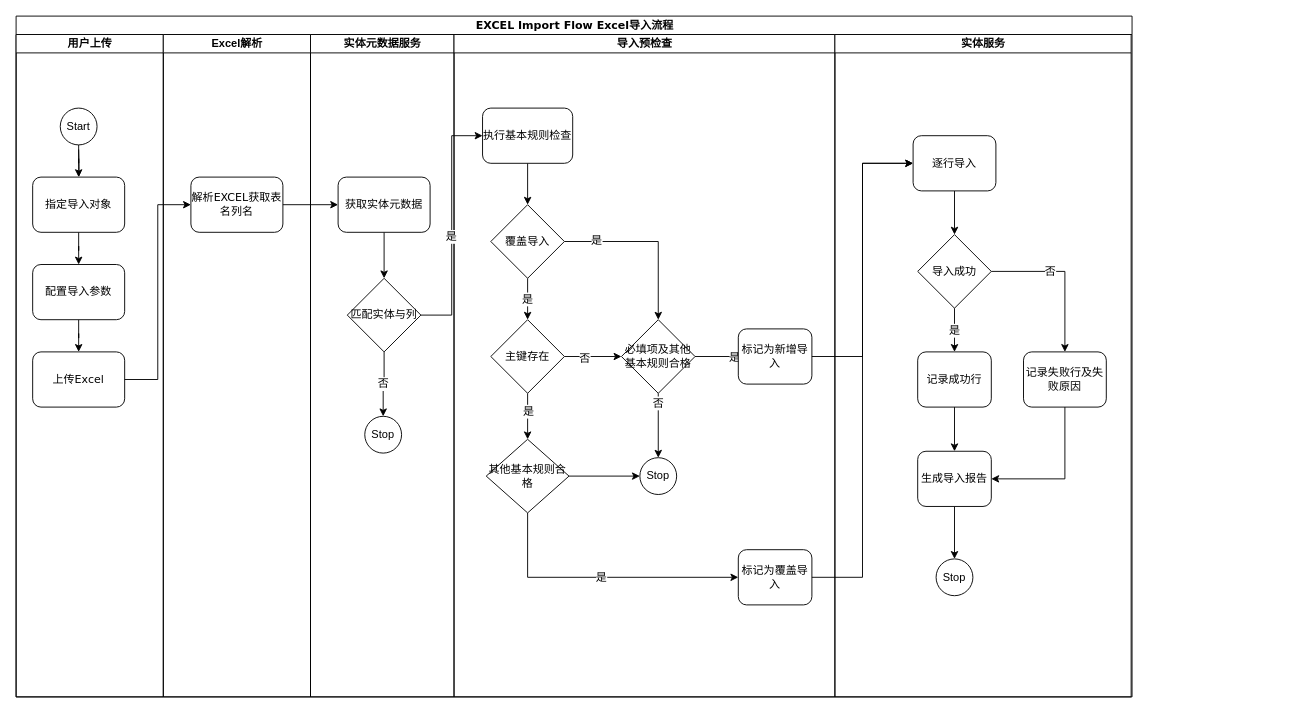
The draw.io diagram Excel-import.drawio in Mellonlee/DRAWIO_PUB, before the edit. Source tidied: cells renumbered, new cells numbered last; positions are measured from the earlier drawing's top-left corner, leaving out a move shared by most shapes. Both pictures are drawn from the tidied source at 92%, with x=0, y=0 at pixel (16, 16).
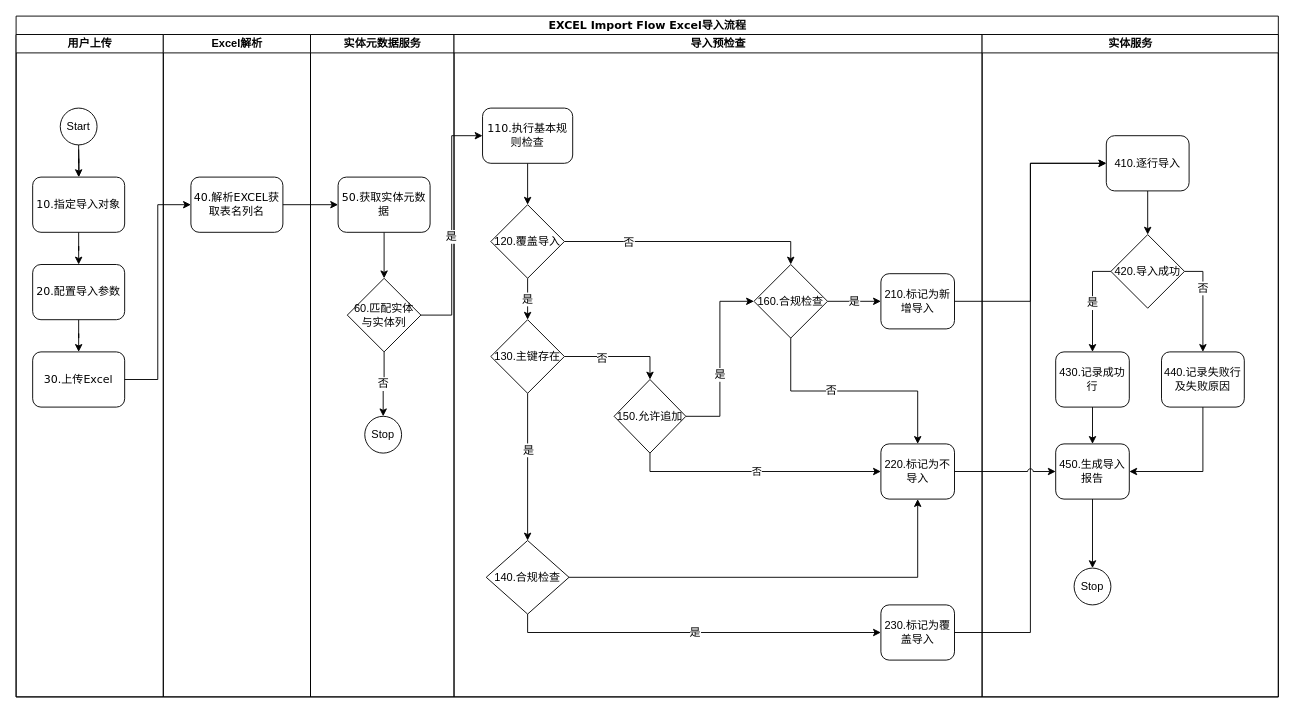
The same diagram, later.

Unchanged cells that the change refers to:
```xml
<mxCell id="9" value="用户上传" style="swimlane;html=1;startSize=20;fontSize=12;" parent="2" vertex="1">
  <mxGeometry y="20" width="160" height="720" as="geometry" />
</mxCell>
<mxCell id="18" value="Excel解析" style="swimlane;html=1;startSize=20;fontSize=12;" parent="2" vertex="1">
  <mxGeometry x="160" y="20" width="160" height="720" as="geometry" />
</mxCell>
<mxCell id="20" value="实体元数据服务" style="swimlane;html=1;startSize=20;direction=east;fontSize=12;" parent="2" vertex="1">
  <mxGeometry x="320" y="20" width="156" height="720" as="geometry" />
</mxCell>
<mxCell id="30" style="edgeStyle=orthogonalEdgeStyle;rounded=0;jettySize=auto;html=1;entryX=0.5;entryY=0;entryDx=0;entryDy=0;fontSize=12;" parent="26" edge="1" source="32" target="46">
  <mxGeometry relative="1" as="geometry" />
</mxCell>
```

Change to the diagram source:
```diff
@@
     <mxCell id="2" value="EXCEL Import Flow Excel导入流程" style="swimlane;html=1;startSize=20;rounded=0;shadow=0;labelBackgroundColor=none;strokeColor=#000000;strokeWidth=1;fillColor=#ffffff;fontFamily=Verdana;fontSize=12;fontColor=#000000;align=center;" parent="1" vertex="1">
-      <mxGeometry width="1213" height="740" as="geometry" />
+      <mxGeometry width="1372" height="740" as="geometry" />
     </mxCell>
@@
-    <mxCell id="11" value="指定导入对象" style="rounded=1;whiteSpace=wrap;html=1;shadow=0;labelBackgroundColor=none;strokeColor=#000000;strokeWidth=1;fillColor=#ffffff;fontFamily=Verdana;fontSize=12;fontColor=#000000;align=center;" parent="9" vertex="1">
+    <mxCell id="11" value="10.指定导入对象" style="rounded=1;whiteSpace=wrap;html=1;shadow=0;labelBackgroundColor=none;strokeColor=#000000;strokeWidth=1;fillColor=#ffffff;fontFamily=Verdana;fontSize=12;fontColor=#000000;align=center;" parent="9" vertex="1">
       <mxGeometry x="18" y="155" width="100" height="60" as="geometry" />
     </mxCell>
@@
-    <mxCell id="16" value="配置导入参数" style="rounded=1;whiteSpace=wrap;html=1;shadow=0;labelBackgroundColor=none;strokeColor=#000000;strokeWidth=1;fillColor=#ffffff;fontFamily=Verdana;fontSize=12;fontColor=#000000;align=center;" parent="9" vertex="1">
+    <mxCell id="16" value="20.配置导入参数" style="rounded=1;whiteSpace=wrap;html=1;shadow=0;labelBackgroundColor=none;strokeWidth=1;fontFamily=Verdana;fontSize=12;align=center;" parent="9" vertex="1">
       <mxGeometry x="18" y="250" width="100" height="60" as="geometry" />
     </mxCell>
-    <mxCell id="17" value="上传Excel" style="rounded=1;whiteSpace=wrap;html=1;shadow=0;labelBackgroundColor=none;strokeColor=#000000;strokeWidth=1;fillColor=#ffffff;fontFamily=Verdana;fontSize=12;fontColor=#000000;align=center;" parent="9" vertex="1">
+    <mxCell id="17" value="30.上传Excel" style="rounded=1;whiteSpace=wrap;html=1;shadow=0;labelBackgroundColor=none;strokeColor=#000000;strokeWidth=1;fillColor=#ffffff;fontFamily=Verdana;fontSize=12;fontColor=#000000;align=center;" parent="9" vertex="1">
       <mxGeometry x="18" y="345" width="100" height="60" as="geometry" />
     </mxCell>
@@
-    <mxCell id="19" value="解析EXCEL获取表名列名" style="rounded=1;whiteSpace=wrap;html=1;shadow=0;labelBackgroundColor=none;strokeColor=#000000;strokeWidth=1;fillColor=#ffffff;fontFamily=Verdana;fontSize=12;fontColor=#000000;align=center;" parent="18" vertex="1">
+    <mxCell id="19" value="40.解析EXCEL获取表名列名" style="rounded=1;whiteSpace=wrap;html=1;shadow=0;labelBackgroundColor=none;strokeColor=#000000;strokeWidth=1;fillColor=#ffffff;fontFamily=Verdana;fontSize=12;fontColor=#000000;align=center;" parent="18" vertex="1">
       <mxGeometry x="30" y="155" width="100" height="60" as="geometry" />
     </mxCell>
@@
-    <mxCell id="22" value="获取实体元数据" style="rounded=1;whiteSpace=wrap;html=1;shadow=0;labelBackgroundColor=none;strokeColor=#000000;strokeWidth=1;fillColor=#ffffff;fontFamily=Verdana;fontSize=12;fontColor=#000000;align=center;" parent="20" vertex="1">
+    <mxCell id="22" value="50.获取实体元数据" style="rounded=1;whiteSpace=wrap;html=1;shadow=0;labelBackgroundColor=none;strokeColor=#000000;strokeWidth=1;fillColor=#ffffff;fontFamily=Verdana;fontSize=12;fontColor=#000000;align=center;" parent="20" vertex="1">
       <mxGeometry x="30" y="155" width="100" height="60" as="geometry" />
     </mxCell>
@@
-    <mxCell id="24" value="匹配实体与列" style="rhombus;whiteSpace=wrap;html=1;fontSize=12;" parent="20" vertex="1">
+    <mxCell id="24" value="60.匹配实体&lt;br&gt;与实体列" style="rhombus;whiteSpace=wrap;html=1;fontSize=12;" parent="20" vertex="1">
       <mxGeometry x="40" y="265" width="80" height="80" as="geometry" />
     </mxCell>
@@
     <mxCell id="26" value="导入预检查" style="swimlane;html=1;startSize=20;fontSize=12;" parent="2" vertex="1">
-      <mxGeometry x="476" y="20" width="414" height="720" as="geometry" />
+      <mxGeometry x="476" y="20" width="574" height="720" as="geometry" />
     </mxCell>
@@
-    <mxCell id="28" value="执行基本规则检查" style="rounded=1;whiteSpace=wrap;html=1;shadow=0;labelBackgroundColor=none;strokeColor=#000000;strokeWidth=1;fillColor=#ffffff;fontFamily=Verdana;fontSize=12;fontColor=#000000;align=center;" parent="26" vertex="1">
+    <mxCell id="28" value="110.执行基本规则检查" style="rounded=1;whiteSpace=wrap;html=1;shadow=0;labelBackgroundColor=none;strokeColor=#000000;strokeWidth=1;fillColor=#ffffff;fontFamily=Verdana;fontSize=12;fontColor=#000000;align=center;" parent="26" vertex="1">
       <mxGeometry x="31" y="80" width="98" height="60" as="geometry" />
     </mxCell>
@@
-    <mxCell id="31" value="是" style="text;html=1;align=center;verticalAlign=middle;labelBackgroundColor=#ffffff;fontSize=12;" parent="30" vertex="1">
-      <mxGeometry x="-0.64" y="2" relative="1" as="geometry" />
+    <mxCell id="31" value="否" style="text;html=1;align=center;verticalAlign=middle;labelBackgroundColor=#ffffff;fontSize=12;" parent="30" vertex="1">
+      <mxGeometry x="-0.64" y="2" relative="1" as="geometry">
+        <mxPoint x="20" y="2" as="offset" />
+      </mxGeometry>
     </mxCell>
-    <mxCell id="32" value="覆盖导入" style="rhombus;whiteSpace=wrap;html=1;fontSize=12;" parent="26" vertex="1">
+    <mxCell id="32" value="120.覆盖导入" style="rhombus;whiteSpace=wrap;html=1;fontSize=12;" parent="26" vertex="1">
       <mxGeometry x="40" y="185" width="80" height="80" as="geometry" />
     </mxCell>
-    <mxCell id="33" style="edgeStyle=orthogonalEdgeStyle;rounded=0;jettySize=auto;html=1;entryX=0;entryY=0.5;entryDx=0;entryDy=0;fontSize=12;" parent="26" edge="1" source="37" target="46">
+    <mxCell id="33" style="edgeStyle=orthogonalEdgeStyle;rounded=0;jettySize=auto;html=1;entryX=0.5;entryY=0;entryDx=0;entryDy=0;fontSize=12;" parent="26" edge="1" source="37" target="77">
       <mxGeometry relative="1" as="geometry" />
     </mxCell>
@@
-    <mxCell id="37" value="主键存在" style="rhombus;whiteSpace=wrap;html=1;fontSize=12;" parent="26" vertex="1">
+    <mxCell id="37" value="130.主键存在" style="rhombus;whiteSpace=wrap;html=1;fontSize=12;" parent="26" vertex="1">
       <mxGeometry x="40" y="310" width="80" height="80" as="geometry" />
     </mxCell>
@@
-    <mxCell id="39" style="edgeStyle=orthogonalEdgeStyle;rounded=0;jettySize=auto;html=1;exitX=1;exitY=0.5;exitDx=0;exitDy=0;fontSize=12;" parent="26" edge="1" source="40" target="48">
-      <mxGeometry relative="1" as="geometry" />
-    </mxCell>
+    <mxCell id="71" style="edgeStyle=orthogonalEdgeStyle;rounded=0;jettySize=auto;html=1;exitX=1;exitY=0.5;exitDx=0;exitDy=0;entryX=0.5;entryY=1;entryDx=0;entryDy=0;" parent="26" edge="1" source="40" target="74">
+      <mxGeometry relative="1" as="geometry" />
+    </mxCell>
-    <mxCell id="40" value="其他基本规则合格" style="rhombus;whiteSpace=wrap;html=1;fontSize=12;" parent="26" vertex="1">
-      <mxGeometry x="35" y="440" width="90" height="80" as="geometry" />
+    <mxCell id="40" value="140.合规检查" style="rhombus;whiteSpace=wrap;html=1;fontSize=12;" parent="26" vertex="1">
+      <mxGeometry x="35" y="550" width="90" height="80" as="geometry" />
     </mxCell>
-    <mxCell id="41" value="标记为覆盖导入" style="rounded=1;whiteSpace=wrap;html=1;fontSize=12;" parent="26" vertex="1">
-      <mxGeometry x="309" y="560" width="80" height="60" as="geometry" />
+    <mxCell id="41" value="230.标记为覆盖导入" style="rounded=1;whiteSpace=wrap;html=1;fontSize=12;" parent="26" vertex="1">
+      <mxGeometry x="464" y="620" width="80" height="60" as="geometry" />
     </mxCell>
-    <mxCell id="42" style="edgeStyle=orthogonalEdgeStyle;rounded=0;jettySize=auto;html=1;exitX=1;exitY=0.5;exitDx=0;exitDy=0;fontSize=12;" parent="26" edge="1" source="46" target="47">
+    <mxCell id="42" value="是" style="edgeStyle=orthogonalEdgeStyle;rounded=0;jettySize=auto;html=1;fontSize=12;entryX=0;entryY=0.5;entryDx=0;entryDy=0;" parent="26" edge="1" source="46" target="47">
       <mxGeometry relative="1" as="geometry" />
     </mxCell>
-    <mxCell id="43" value="是" style="text;html=1;align=center;verticalAlign=middle;labelBackgroundColor=#ffffff;fontSize=12;" parent="42" vertex="1">
-      <mxGeometry x="0.01" y="-19" relative="1" as="geometry">
-        <mxPoint x="18" y="-19" as="offset" />
-      </mxGeometry>
-    </mxCell>
-    <mxCell id="44" style="edgeStyle=orthogonalEdgeStyle;rounded=0;jettySize=auto;html=1;exitX=0.5;exitY=1;exitDx=0;exitDy=0;entryX=0.5;entryY=0;entryDx=0;entryDy=0;fontSize=12;" parent="26" edge="1" source="46" target="48">
-      <mxGeometry relative="1" as="geometry" />
-    </mxCell>
-    <mxCell id="45" value="否" style="text;html=1;align=center;verticalAlign=middle;labelBackgroundColor=#ffffff;fontSize=12;" parent="44" vertex="1">
-      <mxGeometry x="-0.71" y="-1" relative="1" as="geometry" />
-    </mxCell>
+    <mxCell id="72" style="edgeStyle=orthogonalEdgeStyle;rounded=0;jettySize=auto;html=1;exitX=0.5;exitY=1;exitDx=0;exitDy=0;" parent="26" edge="1" source="46" target="74">
+      <mxGeometry relative="1" as="geometry" />
+    </mxCell>
+    <mxCell id="73" value="否" style="text;html=1;align=center;verticalAlign=middle;labelBackgroundColor=#ffffff;" parent="72" vertex="1">
+      <mxGeometry x="-0.2" y="1" relative="1" as="geometry" />
+    </mxCell>
-    <mxCell id="46" value="必填项及其他基本规则合格&lt;br style=&quot;font-size: 12px;&quot;&gt;" style="rhombus;whiteSpace=wrap;html=1;fontSize=12;" parent="26" vertex="1">
-      <mxGeometry x="182" y="310" width="80" height="80" as="geometry" />
+    <mxCell id="46" value="160.合规检查&lt;br style=&quot;font-size: 12px&quot;&gt;" style="rhombus;whiteSpace=wrap;html=1;fontSize=12;" parent="26" vertex="1">
+      <mxGeometry x="326" y="250" width="80" height="80" as="geometry" />
     </mxCell>
-    <mxCell id="47" value="标记为新增导入" style="rounded=1;whiteSpace=wrap;html=1;fontSize=12;" parent="26" vertex="1">
-      <mxGeometry x="309" y="320" width="80" height="60" as="geometry" />
+    <mxCell id="47" value="210.标记为新增导入" style="rounded=1;whiteSpace=wrap;html=1;fontSize=12;" parent="26" vertex="1">
+      <mxGeometry x="464" y="260" width="80" height="60" as="geometry" />
     </mxCell>
-    <mxCell id="48" value="Stop" style="ellipse;whiteSpace=wrap;html=1;fontSize=12;" parent="26" vertex="1">
-      <mxGeometry x="202" y="460" width="40" height="40" as="geometry" />
-    </mxCell>
+    <mxCell id="74" value="220.标记为不导入" style="rounded=1;whiteSpace=wrap;html=1;fontSize=12;" parent="26" vertex="1">
+      <mxGeometry x="464" y="445" width="80" height="60" as="geometry" />
+    </mxCell>
+    <mxCell id="75" style="edgeStyle=orthogonalEdgeStyle;rounded=0;jettySize=auto;html=1;exitX=1;exitY=0.5;exitDx=0;exitDy=0;entryX=0;entryY=0.5;entryDx=0;entryDy=0;" parent="26" edge="1" source="77" target="46">
+      <mxGeometry relative="1" as="geometry" />
+    </mxCell>
+    <mxCell id="43" value="是" style="text;html=1;align=center;verticalAlign=middle;labelBackgroundColor=#ffffff;" parent="75" vertex="1">
+      <mxGeometry x="-0.17" y="1" relative="1" as="geometry" />
+    </mxCell>
+    <mxCell id="76" value="否" style="edgeStyle=orthogonalEdgeStyle;rounded=0;jettySize=auto;html=1;exitX=0.5;exitY=1;exitDx=0;exitDy=0;entryX=0;entryY=0.5;entryDx=0;entryDy=0;" parent="26" edge="1" source="77" target="74">
+      <mxGeometry relative="1" as="geometry" />
+    </mxCell>
+    <mxCell id="77" value="150.允许追加&lt;br style=&quot;font-size: 12px&quot;&gt;" style="rhombus;whiteSpace=wrap;html=1;fontSize=12;" parent="26" vertex="1">
+      <mxGeometry x="174" y="375" width="78" height="80" as="geometry" />
+    </mxCell>
+    <mxCell id="65" style="edgeStyle=orthogonalEdgeStyle;rounded=0;jettySize=auto;html=1;exitX=1;exitY=0.5;exitDx=0;exitDy=0;entryX=0;entryY=0.5;entryDx=0;entryDy=0;fontSize=12;" parent="2" edge="1" source="17" target="19">
+      <mxGeometry relative="1" as="geometry" />
+    </mxCell>
+    <mxCell id="66" style="edgeStyle=orthogonalEdgeStyle;rounded=0;jettySize=auto;html=1;fontSize=12;" parent="2" edge="1" source="19" target="22">
+      <mxGeometry relative="1" as="geometry" />
+    </mxCell>
+    <mxCell id="67" style="edgeStyle=orthogonalEdgeStyle;rounded=0;jettySize=auto;html=1;exitX=1;exitY=0.5;exitDx=0;exitDy=0;entryX=0;entryY=0.5;entryDx=0;entryDy=0;fontSize=12;" parent="2" edge="1" source="24" target="28">
+      <mxGeometry relative="1" as="geometry" />
+    </mxCell>
+    <mxCell id="68" value="是" style="text;html=1;align=center;verticalAlign=middle;labelBackgroundColor=#ffffff;fontSize=12;" parent="67" vertex="1">
+      <mxGeometry x="-0.09" y="1" relative="1" as="geometry" />
+    </mxCell>
+    <mxCell id="69" style="edgeStyle=orthogonalEdgeStyle;rounded=0;jettySize=auto;html=1;exitX=1;exitY=0.5;exitDx=0;exitDy=0;entryX=0;entryY=0.5;entryDx=0;entryDy=0;fontSize=12;jumpStyle=sharp;" parent="2" edge="1" source="41" target="53">
+      <mxGeometry relative="1" as="geometry" />
+    </mxCell>
+    <mxCell id="70" style="edgeStyle=orthogonalEdgeStyle;rounded=0;jettySize=auto;html=1;exitX=1;exitY=0.5;exitDx=0;exitDy=0;entryX=0;entryY=0.5;entryDx=0;entryDy=0;fontSize=12;" parent="2" edge="1" source="47" target="53">
+      <mxGeometry relative="1" as="geometry" />
+    </mxCell>
+    <mxCell id="78" style="edgeStyle=orthogonalEdgeStyle;rounded=0;jettySize=auto;html=1;exitX=1;exitY=0.5;exitDx=0;exitDy=0;entryX=0;entryY=0.5;entryDx=0;entryDy=0;jumpStyle=arc;" parent="2" edge="1" source="74" target="63">
+      <mxGeometry relative="1" as="geometry" />
+    </mxCell>
     <mxCell id="49" value="实体服务" style="swimlane;html=1;startSize=20;fontSize=12;" parent="2" vertex="1">
-      <mxGeometry x="890" y="20" width="322" height="720" as="geometry" />
+      <mxGeometry x="1050" y="20" width="322" height="720" as="geometry" />
     </mxCell>
@@
-    <mxCell id="53" value="逐行导入" style="rounded=1;whiteSpace=wrap;html=1;fontSize=12;" parent="49" vertex="1">
-      <mxGeometry x="85" y="110" width="90" height="60" as="geometry" />
+    <mxCell id="53" value="410.逐行导入" style="rounded=1;whiteSpace=wrap;html=1;fontSize=12;" parent="49" vertex="1">
+      <mxGeometry x="135" y="110" width="90" height="60" as="geometry" />
     </mxCell>
-    <mxCell id="54" value="是" style="edgeStyle=orthogonalEdgeStyle;rounded=0;jettySize=auto;html=1;exitX=0.5;exitY=1;exitDx=0;exitDy=0;fontSize=12;" parent="49" edge="1" source="57" target="59">
+    <mxCell id="54" value="是" style="edgeStyle=orthogonalEdgeStyle;rounded=0;jettySize=auto;html=1;exitX=0;exitY=0.5;exitDx=0;exitDy=0;fontSize=12;" parent="49" edge="1" source="57" target="59">
       <mxGeometry relative="1" as="geometry" />
     </mxCell>
@@
-    <mxCell id="57" value="导入成功" style="rhombus;whiteSpace=wrap;html=1;fontSize=12;" parent="49" vertex="1">
-      <mxGeometry x="90" y="217.5" width="80" height="80" as="geometry" />
+    <mxCell id="57" value="420.导入成功" style="rhombus;whiteSpace=wrap;html=1;fontSize=12;" parent="49" vertex="1">
+      <mxGeometry x="140" y="217.5" width="80" height="80" as="geometry" />
     </mxCell>
@@
-    <mxCell id="59" value="记录成功行" style="rounded=1;whiteSpace=wrap;html=1;fontSize=12;" parent="49" vertex="1">
-      <mxGeometry x="90" y="345" width="80" height="60" as="geometry" />
+    <mxCell id="59" value="430.记录成功行" style="rounded=1;whiteSpace=wrap;html=1;fontSize=12;" parent="49" vertex="1">
+      <mxGeometry x="80" y="345" width="80" height="60" as="geometry" />
     </mxCell>
@@
-    <mxCell id="61" value="记录失败行及失败原因" style="rounded=1;whiteSpace=wrap;html=1;fontSize=12;" parent="49" vertex="1">
-      <mxGeometry x="205" y="345" width="90" height="60" as="geometry" />
+    <mxCell id="61" value="440.记录失败行及失败原因" style="rounded=1;whiteSpace=wrap;html=1;fontSize=12;" parent="49" vertex="1">
+      <mxGeometry x="195" y="345" width="90" height="60" as="geometry" />
     </mxCell>
@@
-    <mxCell id="63" value="生成导入报告" style="rounded=1;whiteSpace=wrap;html=1;fontSize=12;" parent="49" vertex="1">
-      <mxGeometry x="90" y="453" width="80" height="60" as="geometry" />
+    <mxCell id="63" value="450.生成导入报告" style="rounded=1;whiteSpace=wrap;html=1;fontSize=12;" parent="49" vertex="1">
+      <mxGeometry x="80" y="445" width="80" height="60" as="geometry" />
     </mxCell>
     <mxCell id="64" value="Stop" style="ellipse;whiteSpace=wrap;html=1;fontSize=12;" parent="49" vertex="1">
-      <mxGeometry x="110" y="570" width="40" height="40" as="geometry" />
+      <mxGeometry x="100" y="580" width="40" height="40" as="geometry" />
     </mxCell>
-    <mxCell id="65" style="edgeStyle=orthogonalEdgeStyle;rounded=0;jettySize=auto;html=1;exitX=1;exitY=0.5;exitDx=0;exitDy=0;entryX=0;entryY=0.5;entryDx=0;entryDy=0;fontSize=12;" parent="2" edge="1" source="17" target="19">
-      <mxGeometry relative="1" as="geometry" />
-    </mxCell>
-    <mxCell id="66" style="edgeStyle=orthogonalEdgeStyle;rounded=0;jettySize=auto;html=1;fontSize=12;" parent="2" edge="1" source="19" target="22">
-      <mxGeometry relative="1" as="geometry" />
-    </mxCell>
-    <mxCell id="67" style="edgeStyle=orthogonalEdgeStyle;rounded=0;jettySize=auto;html=1;exitX=1;exitY=0.5;exitDx=0;exitDy=0;entryX=0;entryY=0.5;entryDx=0;entryDy=0;fontSize=12;" parent="2" edge="1" source="24" target="28">
-      <mxGeometry relative="1" as="geometry" />
-    </mxCell>
-    <mxCell id="68" value="是" style="text;html=1;align=center;verticalAlign=middle;labelBackgroundColor=#ffffff;fontSize=12;" parent="67" vertex="1">
-      <mxGeometry x="-0.09" y="1" relative="1" as="geometry" />
-    </mxCell>
-    <mxCell id="69" style="edgeStyle=orthogonalEdgeStyle;rounded=0;jettySize=auto;html=1;exitX=1;exitY=0.5;exitDx=0;exitDy=0;entryX=0;entryY=0.5;entryDx=0;entryDy=0;fontSize=12;" parent="2" edge="1" source="41" target="53">
-      <mxGeometry relative="1" as="geometry" />
-    </mxCell>
-    <mxCell id="70" style="edgeStyle=orthogonalEdgeStyle;rounded=0;jettySize=auto;html=1;exitX=1;exitY=0.5;exitDx=0;exitDy=0;entryX=0;entryY=0.5;entryDx=0;entryDy=0;fontSize=12;" parent="2" edge="1" source="47" target="53">
-      <mxGeometry relative="1" as="geometry" />
-    </mxCell>
```
